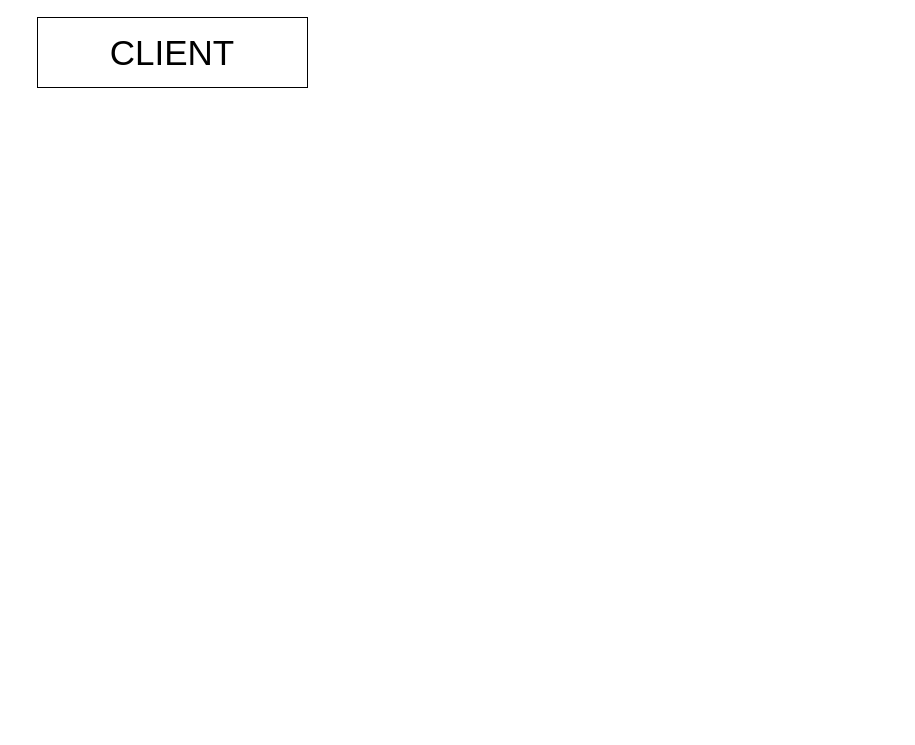
Before: VillagerTalk.drawio in leon-mandler/VillagerTalk, a draw.io diagram. Source tidied: cells renumbered, new cells numbered last; positions are measured from the earlier drawing's top-left corner, leaving out a move shared by most shapes. Both pictures are drawn from the tidied source at 100%, with x=0, y=0 at pixel (37, 17).
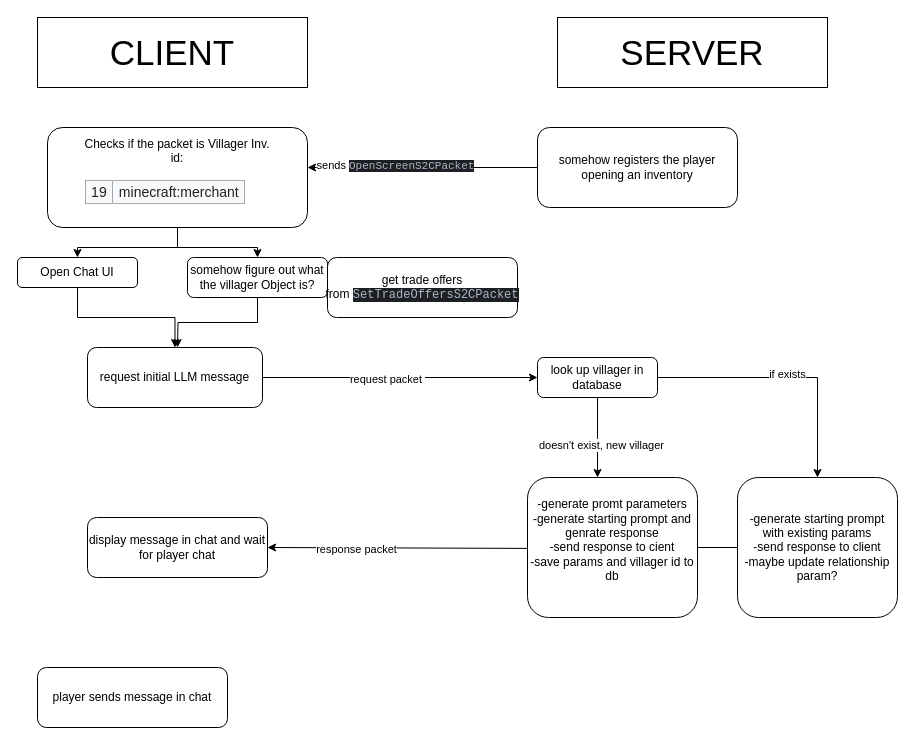
Above is the later version.

Change to the diagram source:
```diff
@@
+    <mxCell id="3" value="SERVER" style="rounded=0;whiteSpace=wrap;html=1;fontSize=35;" parent="1" vertex="1">
+      <mxGeometry x="520" width="270" height="70" as="geometry" />
+    </mxCell>
+    <mxCell id="4" style="edgeStyle=orthogonalEdgeStyle;rounded=0;jettySize=auto;html=1;" parent="1" edge="1" source="6">
+      <mxGeometry relative="1" as="geometry">
+        <mxPoint x="270" y="150" as="targetPoint" />
+      </mxGeometry>
+    </mxCell>
+    <mxCell id="5" value="sends&amp;nbsp;&lt;span style=&quot;font-family: &amp;quot;JetBrains Mono Medium&amp;quot;, monospace; background-color: rgb(30, 31, 34); color: rgb(169, 183, 198);&quot;&gt;OpenScreenS2CPacket&lt;/span&gt;" style="edgeLabel;html=1;align=center;verticalAlign=middle;" parent="4" vertex="1">
+      <mxGeometry x="0.24" y="-2" relative="1" as="geometry" />
+    </mxCell>
+    <mxCell id="6" value="somehow registers the player opening an inventory" style="rounded=1;whiteSpace=wrap;html=1;" parent="1" vertex="1">
+      <mxGeometry x="500" y="110" width="200" height="80" as="geometry" />
+    </mxCell>
+    <mxCell id="7" style="edgeStyle=orthogonalEdgeStyle;rounded=0;jettySize=auto;html=1;entryX=0.5;entryY=0;entryDx=0;entryDy=0;" parent="1" edge="1" source="9" target="11">
+      <mxGeometry relative="1" as="geometry" />
+    </mxCell>
+    <mxCell id="8" style="edgeStyle=orthogonalEdgeStyle;rounded=0;jettySize=auto;html=1;exitX=0.5;exitY=1;exitDx=0;exitDy=0;entryX=0.5;entryY=0;entryDx=0;entryDy=0;" parent="1" edge="1" source="9" target="13">
+      <mxGeometry relative="1" as="geometry" />
+    </mxCell>
+    <mxCell id="9" value="Checks if the packet is Villager Inv.&lt;div&gt;id:&lt;/div&gt;&lt;table style=&quot;font-size: 14px; background-color: rgb(248, 249, 250); color: rgb(34, 34, 34); margin: 1em 0px; border: 1px solid rgb(162, 169, 177); border-collapse: collapse; font-family: sans-serif; text-align: start;&quot; class=&quot;wikitable&quot;&gt;&lt;tbody&gt;&lt;tr&gt;&lt;td style=&quot;border: 1px solid rgb(162, 169, 177); padding: 0.2em 0.4em;&quot;&gt;19&lt;/td&gt;&lt;td style=&quot;border: 1px solid rgb(162, 169, 177); padding: 0.2em 0.4em;&quot;&gt;minecraft:merchant&lt;/td&gt;&lt;/tr&gt;&lt;/tbody&gt;&lt;/table&gt;" style="rounded=1;whiteSpace=wrap;html=1;" parent="1" vertex="1">
+      <mxGeometry x="10" y="110" width="260" height="100" as="geometry" />
+    </mxCell>
+    <mxCell id="10" style="edgeStyle=orthogonalEdgeStyle;rounded=0;jettySize=auto;html=1;exitX=0.5;exitY=1;exitDx=0;exitDy=0;" parent="1" edge="1" source="11" target="16">
+      <mxGeometry relative="1" as="geometry" />
+    </mxCell>
+    <mxCell id="11" value="Open Chat UI" style="rounded=1;whiteSpace=wrap;html=1;" parent="1" vertex="1">
+      <mxGeometry x="-20" y="240" width="120" height="30" as="geometry" />
+    </mxCell>
+    <mxCell id="12" style="edgeStyle=orthogonalEdgeStyle;rounded=0;jettySize=auto;html=1;exitX=0.5;exitY=1;exitDx=0;exitDy=0;" parent="1" edge="1" source="13">
+      <mxGeometry relative="1" as="geometry">
+        <mxPoint x="140" y="330" as="targetPoint" />
+      </mxGeometry>
+    </mxCell>
+    <mxCell id="13" value="somehow figure out what the villager Object is?" style="rounded=1;whiteSpace=wrap;html=1;" parent="1" vertex="1">
+      <mxGeometry x="150" y="240" width="140" height="40" as="geometry" />
+    </mxCell>
+    <mxCell id="14" style="edgeStyle=orthogonalEdgeStyle;rounded=0;jettySize=auto;html=1;exitX=1;exitY=0.5;exitDx=0;exitDy=0;" parent="1" edge="1" source="16">
+      <mxGeometry relative="1" as="geometry">
+        <mxPoint x="500" y="360" as="targetPoint" />
+      </mxGeometry>
+    </mxCell>
+    <mxCell id="15" value="request packet&amp;nbsp;" style="edgeLabel;html=1;align=center;verticalAlign=middle;" parent="14" vertex="1">
+      <mxGeometry x="-0.1" y="-1" relative="1" as="geometry" />
+    </mxCell>
+    <mxCell id="16" value="request initial LLM message" style="rounded=1;whiteSpace=wrap;html=1;" parent="1" vertex="1">
+      <mxGeometry x="50" y="330" width="175" height="60" as="geometry" />
+    </mxCell>
+    <mxCell id="17" style="edgeStyle=orthogonalEdgeStyle;rounded=0;jettySize=auto;html=1;exitX=1;exitY=0.5;exitDx=0;exitDy=0;entryX=0.5;entryY=0;entryDx=0;entryDy=0;" parent="1" edge="1" source="21" target="24">
+      <mxGeometry relative="1" as="geometry" />
+    </mxCell>
+    <mxCell id="18" value="if exists" style="edgeLabel;html=1;align=center;verticalAlign=middle;" parent="17" vertex="1">
+      <mxGeometry x="-0.01" y="4" relative="1" as="geometry" />
+    </mxCell>
+    <mxCell id="19" style="edgeStyle=orthogonalEdgeStyle;rounded=0;jettySize=auto;html=1;exitX=0.5;exitY=1;exitDx=0;exitDy=0;" parent="1" edge="1" source="21">
+      <mxGeometry relative="1" as="geometry">
+        <mxPoint x="560" y="460" as="targetPoint" />
+      </mxGeometry>
+    </mxCell>
+    <mxCell id="20" value="doesn't exist, new villager" style="edgeLabel;html=1;align=center;verticalAlign=middle;" parent="19" vertex="1">
+      <mxGeometry x="0.2" y="3" relative="1" as="geometry" />
+    </mxCell>
+    <mxCell id="21" value="look up villager in database" style="rounded=1;whiteSpace=wrap;html=1;" parent="1" vertex="1">
+      <mxGeometry x="500" y="340" width="120" height="40" as="geometry" />
+    </mxCell>
+    <mxCell id="22" style="edgeStyle=orthogonalEdgeStyle;rounded=0;jettySize=auto;html=1;" parent="1" edge="1" source="24">
+      <mxGeometry relative="1" as="geometry">
+        <mxPoint x="230" y="530" as="targetPoint" />
+        <Array as="points">
+          <mxPoint x="515" y="530" />
+          <mxPoint x="515" y="531" />
+        </Array>
+      </mxGeometry>
+    </mxCell>
+    <mxCell id="23" value="response packet" style="edgeLabel;html=1;align=center;verticalAlign=middle;" parent="22" vertex="1">
+      <mxGeometry x="0.62" y="1" relative="1" as="geometry" />
+    </mxCell>
+    <mxCell id="24" value="-generate starting prompt with existing params&lt;div&gt;-send response to client&lt;/div&gt;&lt;div&gt;-maybe update relationship param?&lt;/div&gt;" style="rounded=1;whiteSpace=wrap;html=1;" parent="1" vertex="1">
+      <mxGeometry x="700" y="460" width="160" height="140" as="geometry" />
+    </mxCell>
+    <mxCell id="25" value="-generate promt parameters&lt;div&gt;-generate starting prompt and genrate response&lt;/div&gt;&lt;div&gt;-send response to cient&lt;/div&gt;&lt;div&gt;-save params and villager id to db&lt;/div&gt;&lt;div&gt;&lt;div&gt;&lt;br&gt;&lt;/div&gt;&lt;/div&gt;" style="rounded=1;whiteSpace=wrap;html=1;" parent="1" vertex="1">
+      <mxGeometry x="490" y="460" width="170" height="140" as="geometry" />
+    </mxCell>
+    <mxCell id="26" value="display message in chat and wait for player chat" style="rounded=1;whiteSpace=wrap;html=1;" parent="1" vertex="1">
+      <mxGeometry x="50" y="500" width="180" height="60" as="geometry" />
+    </mxCell>
+    <mxCell id="27" value="player sends message in chat" style="rounded=1;whiteSpace=wrap;html=1;" parent="1" vertex="1">
+      <mxGeometry y="650" width="190" height="60" as="geometry" />
+    </mxCell>
+    <mxCell id="28" value="get trade offers from&amp;nbsp;&lt;span style=&quot;font-family: &amp;quot;JetBrains Mono Medium&amp;quot;, monospace; background-color: rgb(30, 31, 34); color: rgb(169, 183, 198);&quot;&gt;SetTradeOffersS2CPacket&lt;/span&gt;" style="rounded=1;whiteSpace=wrap;html=1;" parent="1" vertex="1">
+      <mxGeometry x="290" y="240" width="190" height="60" as="geometry" />
+    </mxCell>
```
